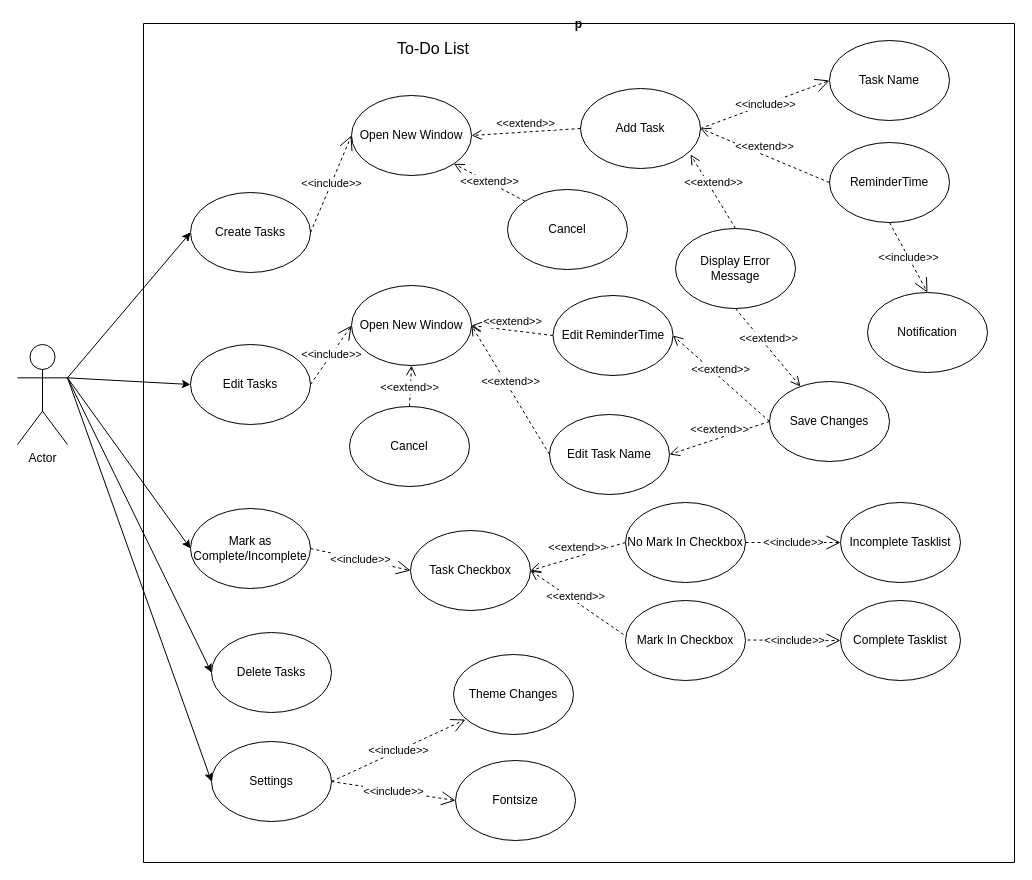
Earlier version of the draw.io diagram Projekti/Kuvaajat/UML Use Case Diagram.drawio (MauriTiitinen/ToDoList---Projekti). Source tidied: cells renumbered, new cells numbered last; positions are measured from the earlier drawing's top-left corner, leaving out a move shared by most shapes. Both pictures are drawn from the tidied source at 100%, with x=0, y=0 at pixel (17, 23).
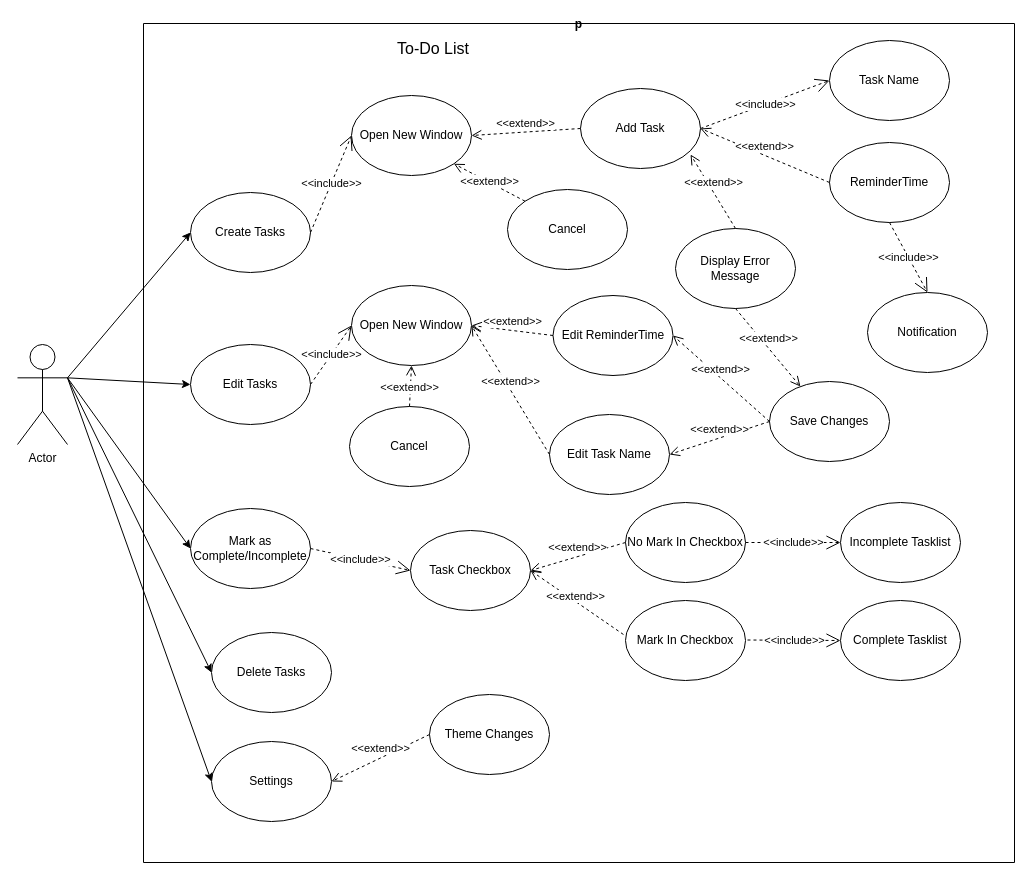
After the change.

Unchanged cells that the change refers to:
```xml
<mxCell id="3" value="p" style="swimlane;startSize=0;" parent="1" vertex="1">
  <mxGeometry x="126" width="871" height="839" as="geometry" />
</mxCell>
<mxCell id="6" value="Settings" style="ellipse;whiteSpace=wrap;html=1;" parent="3" vertex="1">
  <mxGeometry x="68" y="718" width="120" height="80" as="geometry" />
</mxCell>
```

Change to the diagram source:
```diff
@@
     <mxCell id="46" value="Theme Changes" style="ellipse;whiteSpace=wrap;html=1;" parent="3" vertex="1">
-      <mxGeometry x="310" y="631" width="120" height="80" as="geometry" />
+      <mxGeometry x="286" y="671" width="120" height="80" as="geometry" />
     </mxCell>
-    <mxCell id="47" value="Fontsize" style="ellipse;whiteSpace=wrap;html=1;" parent="3" vertex="1">
-      <mxGeometry x="312" y="737" width="120" height="80" as="geometry" />
-    </mxCell>
-    <mxCell id="48" value="&amp;lt;&amp;lt;include&amp;gt;&amp;gt;" style="endArrow=open;endSize=12;dashed=1;html=1;rounded=0;exitX=1;exitY=0.5;exitDx=0;exitDy=0;entryX=0.1;entryY=0.813;entryDx=0;entryDy=0;entryPerimeter=0;" parent="3" edge="1" source="6" target="46">
-      <mxGeometry relative="1" as="geometry" />
-    </mxCell>
-    <mxCell id="49" value="&amp;lt;&amp;lt;include&amp;gt;&amp;gt;" style="endArrow=open;endSize=12;dashed=1;html=1;rounded=0;exitX=1;exitY=0.5;exitDx=0;exitDy=0;entryX=0;entryY=0.5;entryDx=0;entryDy=0;" parent="3" edge="1" source="6" target="47">
-      <mxGeometry relative="1" as="geometry" />
-    </mxCell>
+    <mxCell id="55" value="&amp;lt;&amp;lt;extend&amp;gt;&amp;gt;" style="html=1;verticalAlign=bottom;endArrow=open;dashed=1;endSize=8;curved=0;rounded=0;entryX=1;entryY=0.5;entryDx=0;entryDy=0;exitX=0;exitY=0.5;exitDx=0;exitDy=0;" parent="3" edge="1" source="46" target="6">
+      <mxGeometry relative="1" as="geometry" />
+    </mxCell>
```
